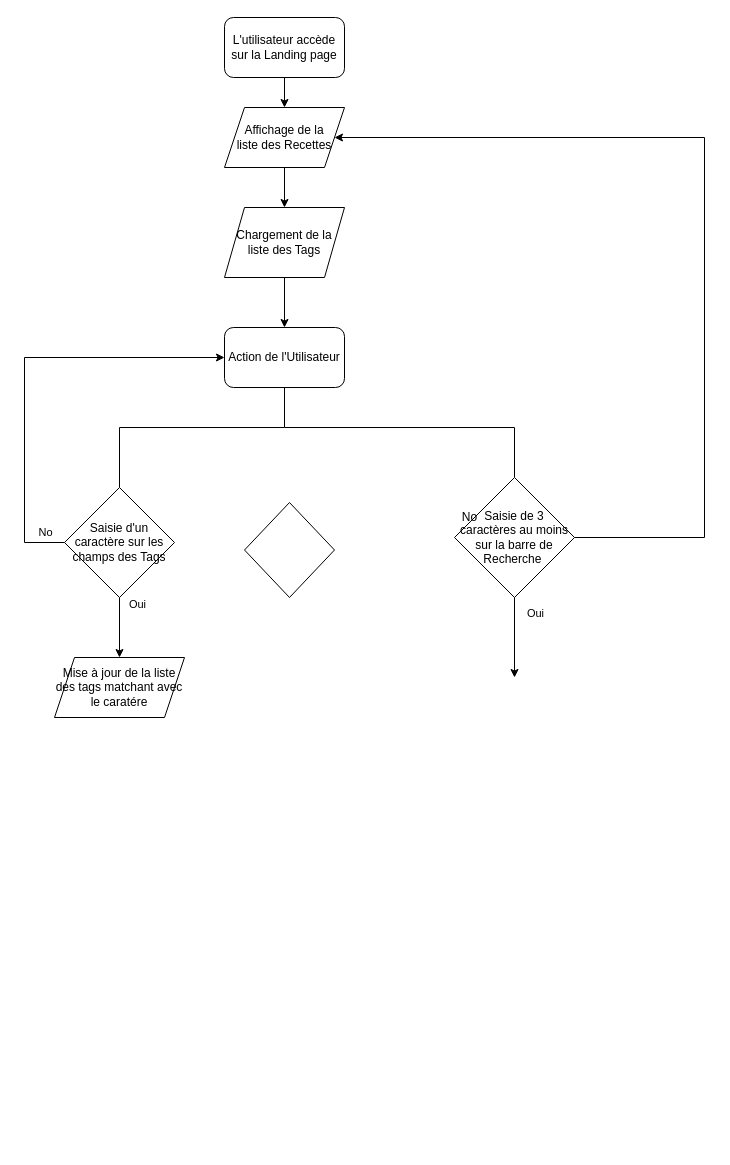
Before: docs/Untitled DiagramV2.drawio in oleeefr/P11-front-end-search-engine, a draw.io diagram. Source tidied: cells renumbered, new cells numbered last; positions are measured from the earlier drawing's top-left corner, leaving out a move shared by most shapes. Both pictures are drawn from the tidied source at 100%, with x=0, y=0 at pixel (24, 17).
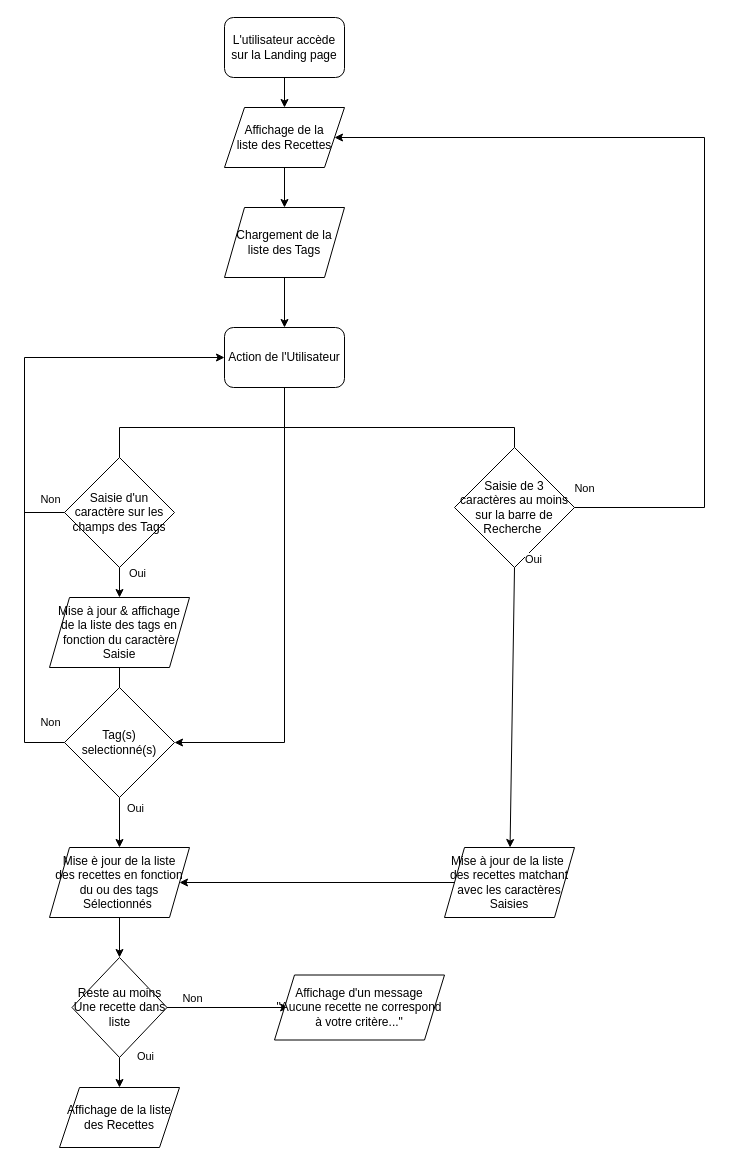
The same diagram, later.

The change refers to these unchanged cells:
```xml
<mxCell id="4" value="Affichage de la&lt;br&gt;liste des Recettes" style="shape=parallelogram;perimeter=parallelogramPerimeter;whiteSpace=wrap;html=1;fixedSize=1;" parent="1" vertex="1">
  <mxGeometry x="200" y="90" width="120" height="60" as="geometry" />
</mxCell>
<mxCell id="6" value="Action de l'Utilisateur" style="rounded=1;whiteSpace=wrap;html=1;" parent="1" vertex="1">
  <mxGeometry x="200" y="310" width="120" height="60" as="geometry" />
</mxCell>
<mxCell id="17" style="endArrow=classic;html=1;rounded=0;exitX=0.5;exitY=1;exitDx=0;exitDy=0;entryX=0.5;entryY=0;entryDx=0;entryDy=0;" parent="1" edge="1" source="14" target="21">
  <mxGeometry relative="1" as="geometry" />
</mxCell>
```

The edit, as a diff of the source:
```diff
@@
     <mxCell id="11" value="Saisie de 3 caractères au moins sur la barre de Recherche&amp;nbsp;" style="rhombus;whiteSpace=wrap;html=1;" parent="1" vertex="1">
-      <mxGeometry x="430" y="460" width="120" height="120" as="geometry" />
+      <mxGeometry x="430" y="430" width="120" height="120" as="geometry" />
     </mxCell>
     <mxCell id="12" style="endArrow=classic;html=1;rounded=0;exitX=1;exitY=0.5;exitDx=0;exitDy=0;entryX=1;entryY=0.5;entryDx=0;entryDy=0;" parent="1" edge="1" source="11" target="4">
       <mxGeometry relative="1" as="geometry">
         <Array as="points">
-          <mxPoint x="680" y="520" />
+          <mxPoint x="680" y="490" />
           <mxPoint x="680" y="120" />
         </Array>
       </mxGeometry>
     </mxCell>
-    <mxCell id="13" value="No" style="text;html=1;align=center;verticalAlign=middle;strokeColor=none;fillColor=none;" parent="1" vertex="1">
-      <mxGeometry x="430" y="490" width="30" height="20" as="geometry" />
-    </mxCell>
+    <mxCell id="23" value="Non" style="edgeLabel;html=1;align=center;verticalAlign=middle;" parent="12" vertex="1">
+      <mxGeometry x="-0.78" relative="1" as="geometry">
+        <mxPoint x="-87" y="-20" as="offset" />
+      </mxGeometry>
+    </mxCell>
     <mxCell id="14" value="Saisie d'un caractère sur les champs des Tags" style="rhombus;whiteSpace=wrap;html=1;" parent="1" vertex="1">
-      <mxGeometry x="40" y="470" width="110" height="110" as="geometry" />
+      <mxGeometry x="40" y="440" width="110" height="110" as="geometry" />
     </mxCell>
     <mxCell id="15" style="endArrow=classic;html=1;rounded=0;exitX=0;exitY=0.5;exitDx=0;exitDy=0;entryX=0;entryY=0.5;entryDx=0;entryDy=0;" parent="1" edge="1" source="14" target="6">
       <mxGeometry relative="1" as="geometry">
         <Array as="points">
-          <mxPoint y="525" />
+          <mxPoint y="495" />
           <mxPoint y="340" />
         </Array>
       </mxGeometry>
     </mxCell>
-    <mxCell id="16" value="No" style="edgeLabel;html=1;align=center;verticalAlign=middle;" parent="15" vertex="1">
+    <mxCell id="16" value="Non" style="edgeLabel;html=1;align=center;verticalAlign=middle;" parent="15" vertex="1">
       <mxGeometry x="-0.7" y="-3" relative="1" as="geometry">
-        <mxPoint x="17" y="13" as="offset" />
+        <mxPoint x="22" y="5" as="offset" />
       </mxGeometry>
     </mxCell>
@@
     <mxCell id="18" value="Oui" style="edgeLabel;html=1;align=center;verticalAlign=middle;" parent="17" vertex="1">
       <mxGeometry x="-0.28" y="1" relative="1" as="geometry">
-        <mxPoint x="16" y="-16" as="offset" />
+        <mxPoint x="16" y="-6" as="offset" />
       </mxGeometry>
     </mxCell>
-    <mxCell id="19" style="endArrow=classic;html=1;rounded=0;exitX=0.5;exitY=1;exitDx=0;exitDy=0;" parent="1" edge="1" source="11">
-      <mxGeometry relative="1" as="geometry">
-        <mxPoint x="490" y="660" as="targetPoint" />
-      </mxGeometry>
+    <mxCell id="19" style="endArrow=classic;html=1;rounded=0;exitX=0.5;exitY=1;exitDx=0;exitDy=0;" parent="1" edge="1" source="11" target="26">
+      <mxGeometry relative="1" as="geometry" />
     </mxCell>
     <mxCell id="20" value="Oui" style="edgeLabel;html=1;align=center;verticalAlign=middle;" parent="19" vertex="1">
       <mxGeometry x="-0.48" y="-1" relative="1" as="geometry">
-        <mxPoint x="21" y="-6" as="offset" />
+        <mxPoint x="21" y="-81" as="offset" />
       </mxGeometry>
     </mxCell>
-    <mxCell id="21" value="Mise à jour de la liste des tags matchant avec le caratére" style="shape=parallelogram;perimeter=parallelogramPerimeter;whiteSpace=wrap;html=1;fixedSize=1;" parent="1" vertex="1">
-      <mxGeometry x="30" y="640" width="130" height="60" as="geometry" />
+    <mxCell id="21" value="Mise à jour &amp;amp; affichage de la liste des tags en fonction du caractère Saisie" style="shape=parallelogram;perimeter=parallelogramPerimeter;whiteSpace=wrap;html=1;fixedSize=1;" parent="1" vertex="1">
+      <mxGeometry x="25" y="580" width="140" height="70" as="geometry" />
     </mxCell>
-    <mxCell id="22" style="rhombus;whiteSpace=wrap;html=1;" parent="1" vertex="1">
-      <mxGeometry x="220" y="485" width="90" height="95" as="geometry" />
-    </mxCell>
+    <mxCell id="24" style="endArrow=classic;html=1;rounded=0;entryX=1;entryY=0.5;entryDx=0;entryDy=0;" parent="1" edge="1" target="32">
+      <mxGeometry relative="1" as="geometry">
+        <mxPoint x="260" y="410" as="sourcePoint" />
+        <Array as="points">
+          <mxPoint x="260" y="725" />
+        </Array>
+      </mxGeometry>
+    </mxCell>
+    <mxCell id="25" style="endArrow=classic;html=1;rounded=0;exitX=0.5;exitY=1;exitDx=0;exitDy=0;entryX=0.5;entryY=0;entryDx=0;entryDy=0;" parent="1" edge="1" source="21" target="32">
+      <mxGeometry relative="1" as="geometry">
+        <Array as="points">
+          <mxPoint x="95" y="770" />
+        </Array>
+      </mxGeometry>
+    </mxCell>
+    <mxCell id="26" value="Mise à jour de la liste&amp;nbsp;&lt;br&gt;des recettes matchant avec les caractères Saisies" style="shape=parallelogram;perimeter=parallelogramPerimeter;whiteSpace=wrap;html=1;fixedSize=1;" parent="1" vertex="1">
+      <mxGeometry x="420" y="830" width="130" height="70" as="geometry" />
+    </mxCell>
+    <mxCell id="27" style="edgeStyle=orthogonalEdgeStyle;rounded=0;jettySize=auto;html=1;" parent="1" edge="1" source="28" target="39">
+      <mxGeometry relative="1" as="geometry" />
+    </mxCell>
+    <mxCell id="28" value="Mise è jour de la liste&lt;br&gt;des recettes en fonction du ou des tags Sélectionnés&amp;nbsp;" style="shape=parallelogram;perimeter=parallelogramPerimeter;whiteSpace=wrap;html=1;fixedSize=1;" parent="1" vertex="1">
+      <mxGeometry x="25" y="830" width="140" height="70" as="geometry" />
+    </mxCell>
+    <mxCell id="29" style="endArrow=classic;html=1;rounded=0;exitX=0;exitY=0.5;exitDx=0;exitDy=0;entryX=1;entryY=0.5;entryDx=0;entryDy=0;" parent="1" edge="1" source="26" target="28">
+      <mxGeometry relative="1" as="geometry" />
+    </mxCell>
+    <mxCell id="30" style="endArrow=classic;html=1;rounded=0;exitX=0.5;exitY=1;exitDx=0;exitDy=0;" parent="1" edge="1" source="32" target="28">
+      <mxGeometry relative="1" as="geometry" />
+    </mxCell>
+    <mxCell id="31" value="Oui" style="edgeLabel;html=1;align=center;verticalAlign=middle;" parent="30" vertex="1">
+      <mxGeometry x="0.31" y="-2" relative="1" as="geometry">
+        <mxPoint x="17" y="-23" as="offset" />
+      </mxGeometry>
+    </mxCell>
+    <mxCell id="32" value="Tag(s) selectionné(s)" style="rhombus;whiteSpace=wrap;html=1;" parent="1" vertex="1">
+      <mxGeometry x="40" y="670" width="110" height="110" as="geometry" />
+    </mxCell>
+    <mxCell id="33" style="endArrow=none;html=1;rounded=0;exitX=0;exitY=0.5;exitDx=0;exitDy=0;" parent="1" edge="1" source="32">
+      <mxGeometry relative="1" as="geometry">
+        <mxPoint y="480" as="targetPoint" />
+        <Array as="points">
+          <mxPoint y="725" />
+        </Array>
+      </mxGeometry>
+    </mxCell>
+    <mxCell id="34" value="Non" style="edgeLabel;html=1;align=center;verticalAlign=middle;" parent="33" vertex="1">
+      <mxGeometry x="-0.43" y="1" relative="1" as="geometry">
+        <mxPoint x="26" y="20" as="offset" />
+      </mxGeometry>
+    </mxCell>
+    <mxCell id="35" style="edgeStyle=orthogonalEdgeStyle;rounded=0;jettySize=auto;html=1;exitX=0.974;exitY=0.5;exitDx=0;exitDy=0;exitPerimeter=0;entryX=0.083;entryY=0.5;entryDx=0;entryDy=0;entryPerimeter=0;" parent="1" edge="1" source="39" target="40">
+      <mxGeometry relative="1" as="geometry" />
+    </mxCell>
+    <mxCell id="36" value="Non" style="edgeLabel;html=1;align=center;verticalAlign=middle;" parent="35" vertex="1">
+      <mxGeometry x="0.28" y="2" relative="1" as="geometry">
+        <mxPoint x="-52" y="-8" as="offset" />
+      </mxGeometry>
+    </mxCell>
+    <mxCell id="37" style="edgeStyle=orthogonalEdgeStyle;rounded=0;jettySize=auto;html=1;" parent="1" edge="1" source="39" target="41">
+      <mxGeometry relative="1" as="geometry" />
+    </mxCell>
+    <mxCell id="38" value="Oui" style="edgeLabel;html=1;align=center;verticalAlign=middle;" parent="37" vertex="1">
+      <mxGeometry x="0.23" y="-3" relative="1" as="geometry">
+        <mxPoint x="28" y="-13" as="offset" />
+      </mxGeometry>
+    </mxCell>
+    <mxCell id="39" value="Reste au moins Une recette dans liste" style="rhombus;whiteSpace=wrap;html=1;" parent="1" vertex="1">
+      <mxGeometry x="47.5" y="940" width="95" height="100" as="geometry" />
+    </mxCell>
+    <mxCell id="40" value="Affichage d'un message &quot;Aucune recette ne correspond à votre critère...&quot;" style="shape=parallelogram;perimeter=parallelogramPerimeter;whiteSpace=wrap;html=1;fixedSize=1;" parent="1" vertex="1">
+      <mxGeometry x="250" y="957.5" width="170" height="65" as="geometry" />
+    </mxCell>
+    <mxCell id="41" value="Affichage de la liste&lt;br&gt;des Recettes" style="shape=parallelogram;perimeter=parallelogramPerimeter;whiteSpace=wrap;html=1;fixedSize=1;" parent="1" vertex="1">
+      <mxGeometry x="35" y="1070" width="120" height="60" as="geometry" />
+    </mxCell>
```
